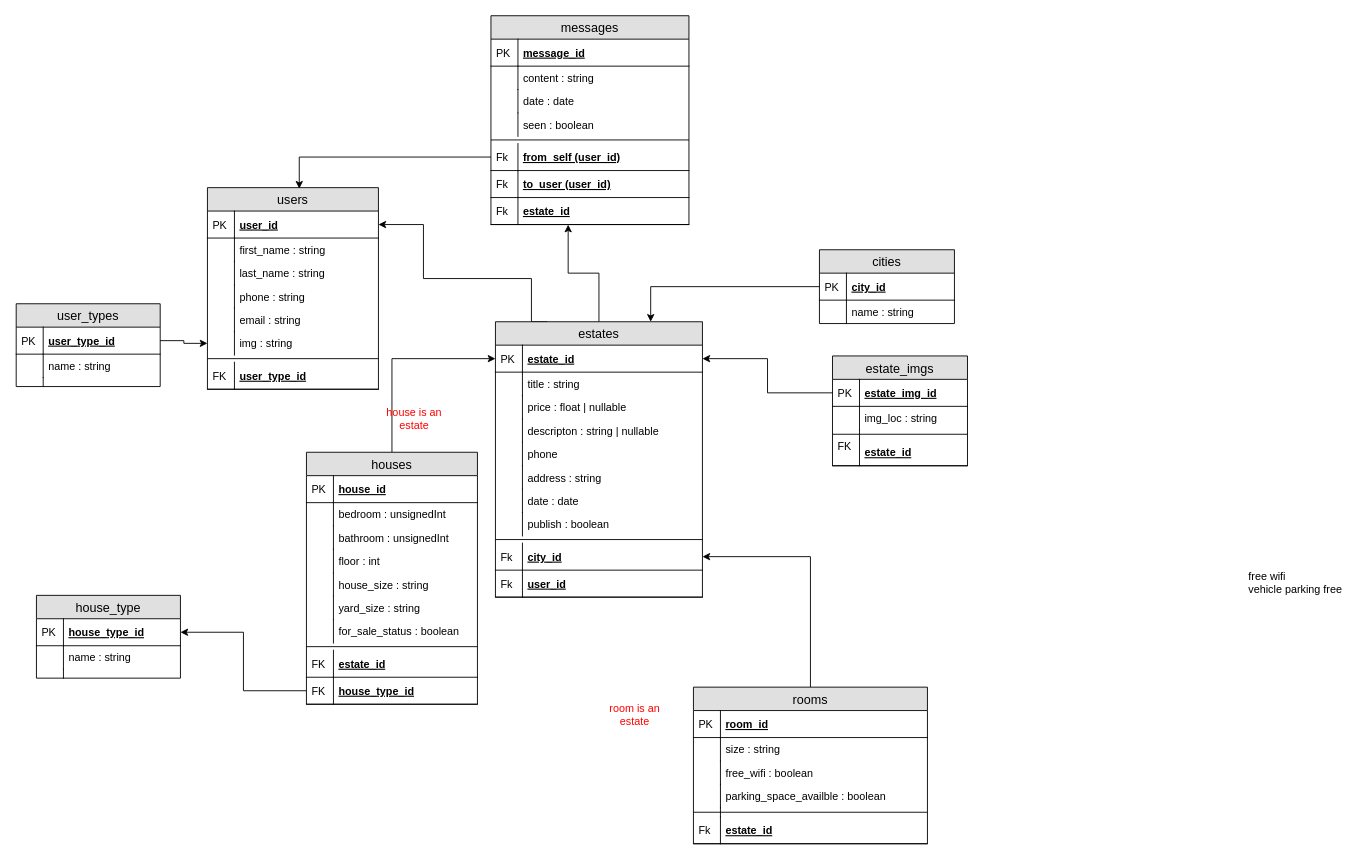
The draw.io diagram page "Page-1" (1 of 2) of Database Diagram.drawio in chounry/chuol-android, before the edit. Source tidied: cells renumbered, new cells numbered last; positions are measured from the earlier drawing's top-left corner, leaving out a move shared by most shapes. Both pictures are drawn from the tidied source at 90%, with x=0, y=0 at pixel (16, 15).
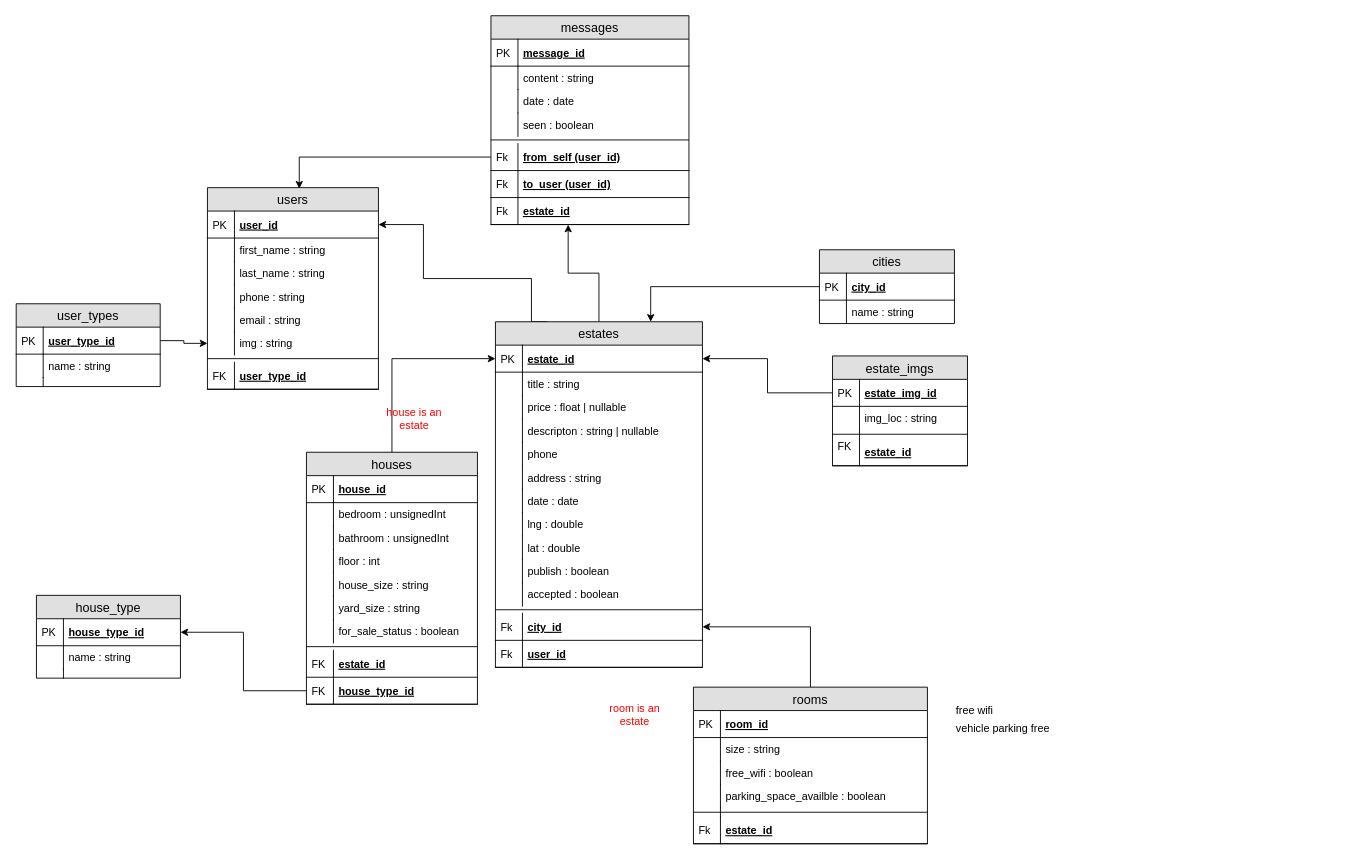
Above is the later version.

The edit, as a diff of the source:
```diff
@@
     <mxCell id="55" value="estates" style="swimlane;fontStyle=0;horizontal=1;startSize=26;fillColor=#e0e0e0;swimlaneFillColor=#ffffff;align=center;fontSize=14;" parent="1" vertex="1">
-      <mxGeometry x="532" y="340" width="230" height="306" as="geometry" />
+      <mxGeometry x="532" y="340" width="230" height="384" as="geometry" />
     </mxCell>
@@
+    <mxCell id="130" value="lng : double" style="shape=partialRectangle;top=0;left=0;right=0;bottom=0;align=left;verticalAlign=top;fillColor=none;spacingLeft=34;spacingRight=4;overflow=hidden;fontSize=12;" parent="55" vertex="1">
+      <mxGeometry y="212" width="230" height="26" as="geometry" />
+    </mxCell>
+    <mxCell id="131" style="shape=partialRectangle;top=0;left=0;bottom=0;fillColor=none;align=left;verticalAlign=top;spacingLeft=4;spacingRight=4;overflow=hidden;fontSize=12;" parent="130" vertex="1">
+      <mxGeometry width="30" height="26" as="geometry" />
+    </mxCell>
+    <mxCell id="132" value="lat : double" style="shape=partialRectangle;top=0;left=0;right=0;bottom=0;align=left;verticalAlign=top;fillColor=none;spacingLeft=34;spacingRight=4;overflow=hidden;fontSize=12;" parent="55" vertex="1">
+      <mxGeometry y="238" width="230" height="26" as="geometry" />
+    </mxCell>
+    <mxCell id="133" style="shape=partialRectangle;top=0;left=0;bottom=0;fillColor=none;align=left;verticalAlign=top;spacingLeft=4;spacingRight=4;overflow=hidden;fontSize=12;" parent="132" vertex="1">
+      <mxGeometry width="30" height="26" as="geometry" />
+    </mxCell>
     <mxCell id="70" value="publish : boolean" style="shape=partialRectangle;top=0;left=0;right=0;bottom=0;align=left;verticalAlign=top;fillColor=none;spacingLeft=34;spacingRight=4;overflow=hidden;fontSize=12;" parent="55" vertex="1">
-      <mxGeometry y="212" width="230" height="26" as="geometry" />
+      <mxGeometry y="264" width="230" height="26" as="geometry" />
     </mxCell>
@@
+    <mxCell id="134" value="accepted : boolean" style="shape=partialRectangle;top=0;left=0;right=0;bottom=0;align=left;verticalAlign=top;fillColor=none;spacingLeft=34;spacingRight=4;overflow=hidden;fontSize=12;" parent="55" vertex="1">
+      <mxGeometry y="290" width="230" height="26" as="geometry" />
+    </mxCell>
+    <mxCell id="135" style="shape=partialRectangle;top=0;left=0;bottom=0;fillColor=none;align=left;verticalAlign=top;spacingLeft=4;spacingRight=4;overflow=hidden;fontSize=12;" parent="134" vertex="1">
+      <mxGeometry width="30" height="26" as="geometry" />
+    </mxCell>
     <mxCell id="72" style="line;strokeWidth=1;fillColor=none;align=left;verticalAlign=middle;spacingTop=-1;spacingLeft=3;spacingRight=3;labelPosition=right;fontSize=12;" parent="55" vertex="1">
-      <mxGeometry y="238" width="230" height="8" as="geometry" />
+      <mxGeometry y="316" width="230" height="8" as="geometry" />
     </mxCell>
     <mxCell id="73" value="city_id" style="shape=partialRectangle;top=0;left=0;right=0;bottom=1;align=left;verticalAlign=middle;fillColor=none;spacingLeft=34;spacingRight=4;overflow=hidden;points=[[0,0.5],[1,0.5]];portConstraint=eastwest;fontStyle=5;fontSize=12;" parent="55" vertex="1">
-      <mxGeometry y="246" width="230" height="30" as="geometry" />
+      <mxGeometry y="324" width="230" height="30" as="geometry" />
     </mxCell>
@@
     <mxCell id="75" value="user_id" style="shape=partialRectangle;top=0;left=0;right=0;bottom=1;align=left;verticalAlign=middle;fillColor=none;spacingLeft=34;spacingRight=4;overflow=hidden;fontStyle=5;fontSize=12;" parent="55" vertex="1">
-      <mxGeometry y="276" width="230" height="30" as="geometry" />
+      <mxGeometry y="354" width="230" height="30" as="geometry" />
     </mxCell>
@@
     <mxCell id="127" value="free wifi" style="text;html=1;align=left;verticalAlign=top;spacingTop=-4;" parent="1" vertex="1">
-      <mxGeometry x="1367" y="613" width="60" height="20" as="geometry" />
+      <mxGeometry x="1042" y="762" width="60" height="20" as="geometry" />
     </mxCell>
     <mxCell id="128" value="vehicle parking free" style="text;html=1;align=left;verticalAlign=top;spacingTop=-4;" parent="1" vertex="1">
-      <mxGeometry x="1367" y="628" width="120" height="20" as="geometry" />
+      <mxGeometry x="1042" y="782" width="120" height="20" as="geometry" />
     </mxCell>
```
